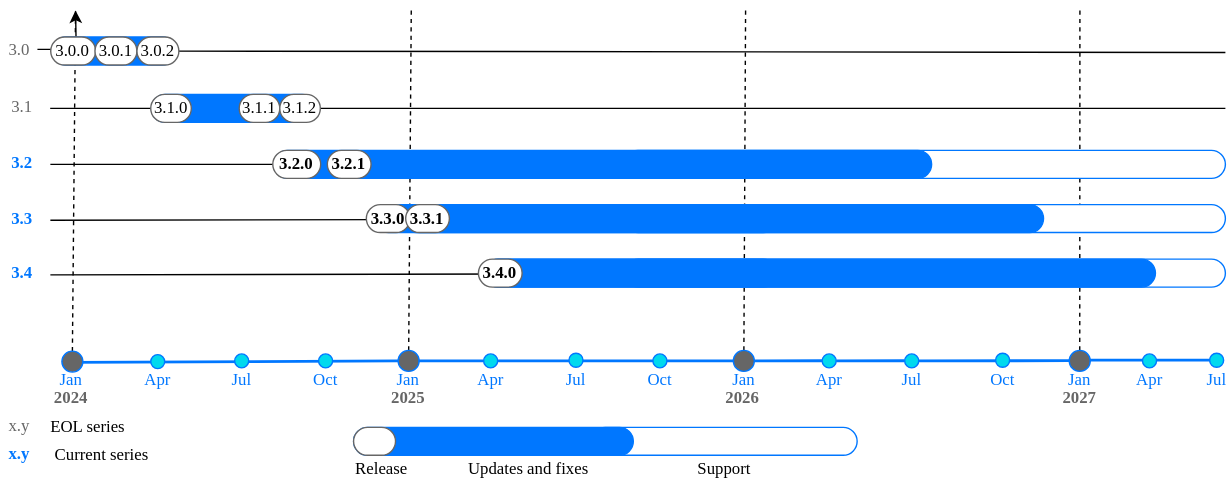
Above: doc/release/_images/releases_calendar.svg in tarantool/doc (draw.io), before the change. Source tidied: cells renumbered, new cells last; positions are measured from the earlier drawing's top-left corner, leaving out a move shared by most shapes.
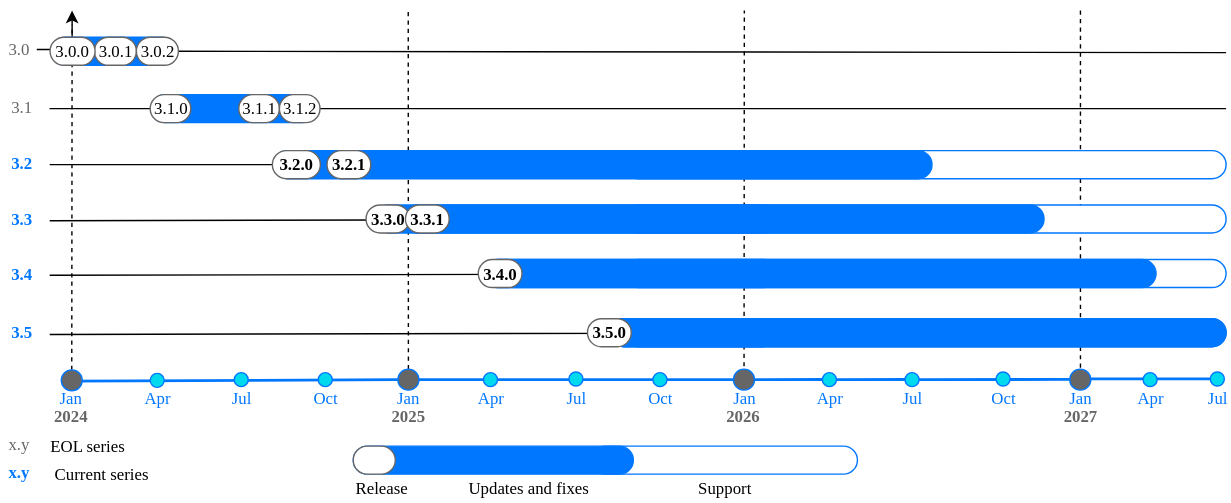
After the change.

The edit, as a diff of the source:
```diff
@@ -14,32 +14,33 @@
         <mxPoint x="821" y="250" as="targetPoint" />
       </mxGeometry>
     </mxCell>
-    <mxCell id="4" style="endArrow=none;dashed=1;html=1;strokeWidth=1;rounded=0;fontFamily=VK Sans Display;" parent="1" edge="1" source="48">
+    <mxCell id="4" style="endArrow=none;dashed=1;html=1;strokeWidth=1;rounded=0;fontFamily=VK Sans Display;" parent="1" edge="1">
       <mxGeometry relative="1" as="geometry">
-        <mxPoint x="771" as="targetPoint" />
+        <mxPoint x="771" y="242" as="sourcePoint" />
+        <mxPoint x="771" y="-13" as="targetPoint" />
       </mxGeometry>
     </mxCell>
     <mxCell id="5" style="rounded=1;whiteSpace=wrap;html=1;glass=0;arcSize=50;strokeColor=#0077FF;fillColor=#FFFFFF;strokeWidth=1;fontFamily=VK Sans Display;" parent="1" vertex="1">
-      <mxGeometry x="445.3" y="138.8" width="429.7" height="20" as="geometry" />
+      <mxGeometry x="445.3" y="125.8" width="429.7" height="20" as="geometry" />
     </mxCell>
     <mxCell id="6" style="endArrow=none;html=1;rounded=0;fontFamily=VK Sans Display;" parent="1" edge="1" target="5">
       <mxGeometry relative="1" as="geometry">
-        <mxPoint x="35" y="150" as="sourcePoint" />
+        <mxPoint x="35" y="137" as="sourcePoint" />
       </mxGeometry>
     </mxCell>
     <mxCell id="7" style="endArrow=none;html=1;rounded=0;fontFamily=VK Sans Display;" parent="1" edge="1" source="74">
       <mxGeometry relative="1" as="geometry">
-        <mxPoint x="772.7" y="110" as="targetPoint" />
+        <mxPoint x="772.7" y="97" as="targetPoint" />
       </mxGeometry>
     </mxCell>
     <mxCell id="8" style="endArrow=none;html=1;rounded=0;fontFamily=VK Sans Display;" parent="1" edge="1" source="61">
       <mxGeometry relative="1" as="geometry">
-        <mxPoint x="875" y="70" as="targetPoint" />
+        <mxPoint x="875" y="57" as="targetPoint" />
       </mxGeometry>
     </mxCell>
     <mxCell id="9" style="endArrow=none;html=1;rounded=0;fontFamily=VK Sans Display;" parent="1" edge="1" source="44">
       <mxGeometry relative="1" as="geometry">
-        <mxPoint x="875" y="30" as="targetPoint" />
+        <mxPoint x="875" y="17" as="targetPoint" />
       </mxGeometry>
     </mxCell>
     <mxCell id="10" style="rounded=1;whiteSpace=wrap;html=1;glass=0;arcSize=50;strokeColor=#0077FF;fillColor=#FFFFFF;strokeWidth=1;fontFamily=VK Sans Display;" parent="1" vertex="1">
@@ -56,30 +57,23 @@
     <mxCell id="13" style="endArrow=none;html=1;rounded=0;exitX=0.964;exitY=0.502;exitDx=0;exitDy=0;entryX=0;entryY=0.5;entryDx=0;entryDy=0;strokeWidth=2;strokeColor=#0077FF;fontColor=#0077FF;fontFamily=VK Sans Display;exitPerimeter=0;" parent="1" edge="1" source="70" target="49">
       <mxGeometry relative="1" as="geometry" />
     </mxCell>
-    <mxCell id="14" style="endArrow=none;dashed=1;html=1;strokeWidth=1;rounded=0;fontFamily=VK Sans Display;" parent="1" edge="1" source="49">
+    <mxCell id="14" style="endArrow=none;dashed=1;html=1;strokeWidth=1;rounded=0;fontFamily=VK Sans Display;" parent="1" edge="1">
       <mxGeometry relative="1" as="geometry">
-        <mxPoint x="532" as="targetPoint" />
+        <mxPoint x="530.8" y="241" as="sourcePoint" />
+        <mxPoint x="531" y="-13" as="targetPoint" />
       </mxGeometry>
     </mxCell>
     <mxCell id="15" style="endArrow=none;dashed=1;html=1;strokeWidth=1;rounded=0;fontFamily=VK Sans Display;" parent="1" edge="1" source="47">
       <mxGeometry relative="1" as="geometry">
-        <mxPoint x="293" as="targetPoint" />
+        <mxPoint x="291" y="-13" as="targetPoint" />
       </mxGeometry>
     </mxCell>
-    <mxCell id="16" style="endArrow=none;dashed=1;html=1;strokeWidth=1;rounded=0;exitX=0.5;exitY=0;exitDx=0;exitDy=0;fontFamily=VK Sans Display;" parent="1" edge="1" source="18">
-      <mxGeometry relative="1" as="geometry">
-        <mxPoint x="53" as="targetPoint" />
-      </mxGeometry>
-    </mxCell>
     <mxCell id="17" style="endArrow=none;html=1;rounded=0;strokeColor=#0077FF;fontColor=#0077FF;fontFamily=VK Sans Display;" parent="1" edge="1">
       <mxGeometry relative="1" as="geometry">
         <mxPoint x="51.8" y="249" as="sourcePoint" />
         <mxPoint x="51.2" y="255" as="targetPoint" />
       </mxGeometry>
     </mxCell>
-    <mxCell id="18" style="ellipse;whiteSpace=wrap;html=1;strokeColor=#0077FF;fillColor=#666666;fontColor=#0077FF;fontFamily=VK Sans Display;" parent="1" vertex="1">
-      <mxGeometry x="43.2" y="243.5" width="15" height="15" as="geometry" />
-    </mxCell>
     <mxCell id="19" style="ellipse;whiteSpace=wrap;html=1;strokeColor=#0077FF;fillColor=#00d9ee;fontColor=#0077FF;fontFamily=VK Sans Display;" parent="1" vertex="1">
       <mxGeometry x="106.8" y="246" width="10" height="10" as="geometry" />
     </mxCell>
@@ -148,25 +142,22 @@
     </mxCell>
     <mxCell id="41" style="edgeStyle=orthogonalEdgeStyle;rounded=0;jettySize=auto;html=1;" parent="1" edge="1" source="42">
       <mxGeometry relative="1" as="geometry">
-        <mxPoint x="53" as="targetPoint" />
+        <mxPoint x="51" y="-13" as="targetPoint" />
       </mxGeometry>
     </mxCell>
     <mxCell id="42" value="&lt;font style=&quot;color: rgb(102, 102, 102);&quot;&gt;3.0&lt;/font&gt;" style="text;html=1;align=center;verticalAlign=middle;whiteSpace=wrap;rounded=0;fontFamily=VK Sans Display;" parent="1" vertex="1">
-      <mxGeometry x="-0.2" y="19" width="26" height="17.5" as="geometry" />
+      <mxGeometry x="-0.2" y="6" width="26" height="17.5" as="geometry" />
     </mxCell>
     <mxCell id="43" style="endArrow=none;html=1;rounded=0;fontFamily=VK Sans Display;" parent="1" edge="1" target="44">
       <mxGeometry relative="1" as="geometry">
-        <mxPoint x="35" y="29" as="sourcePoint" />
+        <mxPoint x="35" y="16" as="sourcePoint" />
       </mxGeometry>
     </mxCell>
     <mxCell id="44" style="rounded=1;whiteSpace=wrap;html=1;glass=0;arcSize=50;strokeColor=#0077FF;fillColor=#0077FF;fontFamily=VK Sans Display;" parent="1" vertex="1">
-      <mxGeometry x="36.2" y="19" width="88.8" height="20" as="geometry" />
+      <mxGeometry x="36.2" y="6" width="88.8" height="20" as="geometry" />
     </mxCell>
-    <mxCell id="45" value="3.0.0" style="rounded=1;whiteSpace=wrap;html=1;glass=0;arcSize=50;strokeColor=#666666;fillColor=#FFFFFF;strokeWidth=1;fontFamily=VK Sans Display;" parent="1" vertex="1">
-      <mxGeometry x="35.2" y="19" width="32.1" height="20" as="geometry" />
-    </mxCell>
     <mxCell id="46" value="3.0.1" style="rounded=1;whiteSpace=wrap;html=1;glass=0;arcSize=50;strokeColor=#666666;fillColor=#FFFFFF;strokeWidth=1;fontFamily=VK Sans Display;" parent="1" vertex="1">
-      <mxGeometry x="66.9" y="19" width="30" height="20" as="geometry" />
+      <mxGeometry x="66.9" y="6" width="30" height="20" as="geometry" />
     </mxCell>
     <mxCell id="47" style="ellipse;whiteSpace=wrap;html=1;strokeColor=#0077FF;fillColor=#666666;fontColor=#0077FF;fontFamily=VK Sans Display;" parent="1" vertex="1">
       <mxGeometry x="283.6" y="243" width="15" height="15" as="geometry" />
@@ -205,24 +196,24 @@
       <mxGeometry x="21.8" y="308" width="100" height="20" as="geometry" />
     </mxCell>
     <mxCell id="59" value="&lt;font style=&quot;color: rgb(102, 102, 102);&quot;&gt;&lt;span style=&quot;font-weight: normal;&quot;&gt;3.1&lt;/span&gt;&lt;/font&gt;" style="text;html=1;align=center;verticalAlign=middle;whiteSpace=wrap;rounded=0;fontFamily=VK Sans Display;fontStyle=1;" parent="1" vertex="1">
-      <mxGeometry x="1.8" y="60" width="26" height="17.5" as="geometry" />
+      <mxGeometry x="1.8" y="47" width="26" height="17.5" as="geometry" />
     </mxCell>
     <mxCell id="60" style="endArrow=none;html=1;rounded=0;fontFamily=VK Sans Display;" parent="1" edge="1" target="61">
       <mxGeometry relative="1" as="geometry">
-        <mxPoint x="34.9" y="70" as="sourcePoint" />
+        <mxPoint x="34.9" y="57" as="sourcePoint" />
       </mxGeometry>
     </mxCell>
     <mxCell id="61" style="rounded=1;whiteSpace=wrap;html=1;glass=0;arcSize=50;strokeColor=#0077FF;fillColor=#0077FF;fontFamily=VK Sans Display;" parent="1" vertex="1">
-      <mxGeometry x="107.2" y="60" width="117.8" height="20" as="geometry" />
+      <mxGeometry x="107.2" y="47" width="117.8" height="20" as="geometry" />
     </mxCell>
     <mxCell id="62" value="3.1.0" style="rounded=1;whiteSpace=wrap;html=1;glass=0;arcSize=50;strokeColor=#666666;fillColor=#FFFFFF;strokeWidth=1;fontFamily=VK Sans Display;" parent="1" vertex="1">
-      <mxGeometry x="106.8" y="60" width="29" height="20" as="geometry" />
+      <mxGeometry x="106.8" y="47" width="29" height="20" as="geometry" />
     </mxCell>
     <mxCell id="63" value="3.0.2" style="rounded=1;whiteSpace=wrap;html=1;glass=0;arcSize=50;strokeColor=#666666;fillColor=#FFFFFF;strokeWidth=1;fontFamily=VK Sans Display;" parent="1" vertex="1">
-      <mxGeometry x="96.9" y="19" width="30" height="20" as="geometry" />
+      <mxGeometry x="96.9" y="6" width="30" height="20" as="geometry" />
     </mxCell>
     <mxCell id="64" value="3.1.1" style="rounded=1;whiteSpace=wrap;html=1;glass=0;arcSize=50;strokeColor=#666666;fillColor=#FFFFFF;strokeWidth=1;fontFamily=VK Sans Display;" parent="1" vertex="1">
-      <mxGeometry x="170" y="60" width="29" height="20" as="geometry" />
+      <mxGeometry x="170" y="47" width="29" height="20" as="geometry" />
     </mxCell>
     <mxCell id="65" style="endArrow=none;html=1;rounded=0;exitX=1;exitY=0.5;exitDx=0;exitDy=0;entryX=0.002;entryY=0.489;entryDx=0;entryDy=0;strokeWidth=2;strokeColor=#0077FF;fontColor=#0077FF;fontFamily=VK Sans Display;entryPerimeter=0;" parent="1" edge="1" source="49" target="66">
       <mxGeometry relative="1" as="geometry" />
@@ -243,75 +234,75 @@
       <mxGeometry x="344.8" y="245.5" width="10" height="10" as="geometry" />
     </mxCell>
     <mxCell id="71" style="rounded=1;whiteSpace=wrap;html=1;glass=0;arcSize=50;strokeColor=#0077FF;fillColor=#FFFFFF;strokeWidth=1;fontFamily=VK Sans Display;" parent="1" vertex="1">
-      <mxGeometry x="445" y="100" width="430" height="20" as="geometry" />
+      <mxGeometry x="445" y="87" width="430" height="20" as="geometry" />
     </mxCell>
     <mxCell id="72" value="&lt;font color=&quot;#0077ff&quot;&gt;&lt;b&gt;3.2&lt;/b&gt;&lt;/font&gt;" style="text;html=1;align=center;verticalAlign=middle;whiteSpace=wrap;rounded=0;fontFamily=VK Sans Display;" parent="1" vertex="1">
-      <mxGeometry x="1.8" y="100" width="26" height="17.5" as="geometry" />
+      <mxGeometry x="1.8" y="87" width="26" height="17.5" as="geometry" />
     </mxCell>
     <mxCell id="73" style="endArrow=none;html=1;rounded=0;fontFamily=VK Sans Display;" parent="1" edge="1" target="74">
       <mxGeometry relative="1" as="geometry">
-        <mxPoint x="35" y="110" as="sourcePoint" />
+        <mxPoint x="35" y="97" as="sourcePoint" />
       </mxGeometry>
     </mxCell>
     <mxCell id="74" style="rounded=1;whiteSpace=wrap;html=1;glass=0;arcSize=50;strokeColor=#0077FF;fillColor=#0077FF;fontFamily=VK Sans Display;" parent="1" vertex="1">
-      <mxGeometry x="194.8" y="100" width="470.2" height="20" as="geometry" />
+      <mxGeometry x="194.8" y="87" width="470.2" height="20" as="geometry" />
     </mxCell>
     <mxCell id="75" value="&lt;b&gt;3.2.0&lt;/b&gt;" style="rounded=1;whiteSpace=wrap;html=1;glass=0;arcSize=50;strokeColor=#666666;fillColor=#FFFFFF;strokeWidth=1;fontFamily=VK Sans Display;" parent="1" vertex="1">
-      <mxGeometry x="194" y="100" width="34.2" height="20" as="geometry" />
+      <mxGeometry x="194" y="87" width="34.2" height="20" as="geometry" />
     </mxCell>
     <mxCell id="76" value="Jan" style="text;html=1;align=center;verticalAlign=middle;whiteSpace=wrap;rounded=0;fontColor=#0077FF;strokeColor=none;fontFamily=VK Sans Display;" parent="1" vertex="1">
       <mxGeometry x="40.2" y="258.5" width="20" height="10" as="geometry" />
     </mxCell>
     <mxCell id="77" value="3.1.2" style="rounded=1;whiteSpace=wrap;html=1;glass=0;arcSize=50;strokeColor=#666666;fillColor=#FFFFFF;strokeWidth=1;fontFamily=VK Sans Display;" parent="1" vertex="1">
-      <mxGeometry x="199" y="60" width="29" height="20" as="geometry" />
+      <mxGeometry x="199" y="47" width="29" height="20" as="geometry" />
     </mxCell>
     <mxCell id="78" value="&lt;b&gt;3.2.1&lt;/b&gt;" style="rounded=1;whiteSpace=wrap;html=1;glass=0;arcSize=50;strokeColor=#666666;fillColor=#FFFFFF;strokeWidth=1;fontFamily=VK Sans Display;" parent="1" vertex="1">
-      <mxGeometry x="233" y="100" width="31.2" height="20" as="geometry" />
+      <mxGeometry x="233" y="87" width="31.2" height="20" as="geometry" />
     </mxCell>
     <mxCell id="79" style="rounded=1;whiteSpace=wrap;html=1;glass=0;arcSize=50;strokeColor=#0077FF;fillColor=#FFFFFF;strokeWidth=1;fontFamily=VK Sans Display;" parent="1" vertex="1">
-      <mxGeometry x="286.9" y="138.8" width="267.7" height="20" as="geometry" />
+      <mxGeometry x="286.9" y="125.8" width="267.7" height="20" as="geometry" />
     </mxCell>
     <mxCell id="80" style="endArrow=none;html=1;rounded=0;fontFamily=VK Sans Display;" parent="1" edge="1" source="82">
       <mxGeometry relative="1" as="geometry">
-        <mxPoint x="534.6" y="148.8" as="targetPoint" />
+        <mxPoint x="534.6" y="135.8" as="targetPoint" />
       </mxGeometry>
     </mxCell>
     <mxCell id="81" value="&lt;font color=&quot;#0077ff&quot;&gt;&lt;b&gt;3.3&lt;/b&gt;&lt;/font&gt;" style="text;html=1;align=center;verticalAlign=middle;whiteSpace=wrap;rounded=0;fontFamily=VK Sans Display;" parent="1" vertex="1">
-      <mxGeometry x="1.8" y="140" width="26" height="17.5" as="geometry" />
+      <mxGeometry x="1.8" y="127" width="26" height="17.5" as="geometry" />
     </mxCell>
     <mxCell id="82" style="rounded=1;whiteSpace=wrap;html=1;glass=0;arcSize=50;strokeColor=#0077FF;fillColor=#0077FF;fontFamily=VK Sans Display;" parent="1" vertex="1">
-      <mxGeometry x="266.9" y="138.8" width="478.1" height="20" as="geometry" />
+      <mxGeometry x="266.9" y="125.8" width="478.1" height="20" as="geometry" />
     </mxCell>
     <mxCell id="83" value="&lt;b&gt;3.3.0&lt;/b&gt;" style="rounded=1;whiteSpace=wrap;html=1;glass=0;arcSize=50;strokeColor=#666666;fillColor=#FFFFFF;strokeWidth=1;fontFamily=VK Sans Display;" parent="1" vertex="1">
-      <mxGeometry x="260.9" y="138.8" width="31.2" height="20" as="geometry" />
+      <mxGeometry x="260.9" y="125.8" width="31.2" height="20" as="geometry" />
     </mxCell>
     <mxCell id="84" value="&lt;b&gt;3.3.1&lt;/b&gt;" style="rounded=1;whiteSpace=wrap;html=1;glass=0;arcSize=50;strokeColor=#666666;fillColor=#FFFFFF;strokeWidth=1;fontFamily=VK Sans Display;" parent="1" vertex="1">
-      <mxGeometry x="289" y="138.8" width="31.2" height="20" as="geometry" />
+      <mxGeometry x="289" y="125.8" width="31.2" height="20" as="geometry" />
     </mxCell>
     <mxCell id="85" style="rounded=1;whiteSpace=wrap;html=1;glass=0;arcSize=50;strokeColor=#0077FF;fillColor=#FFFFFF;strokeWidth=1;fontFamily=VK Sans Display;" parent="1" vertex="1">
-      <mxGeometry x="445.3" y="177.8" width="429.7" height="20" as="geometry" />
+      <mxGeometry x="445.3" y="164.8" width="429.7" height="20" as="geometry" />
     </mxCell>
     <mxCell id="86" style="endArrow=none;html=1;rounded=0;fontFamily=VK Sans Display;" parent="1" edge="1" target="85">
       <mxGeometry relative="1" as="geometry">
-        <mxPoint x="35" y="189" as="sourcePoint" />
+        <mxPoint x="35" y="176" as="sourcePoint" />
       </mxGeometry>
     </mxCell>
     <mxCell id="87" style="rounded=1;whiteSpace=wrap;html=1;glass=0;arcSize=50;strokeColor=#0077FF;fillColor=#FFFFFF;strokeWidth=1;fontFamily=VK Sans Display;" parent="1" vertex="1">
-      <mxGeometry x="345" y="177.8" width="209.6" height="20" as="geometry" />
+      <mxGeometry x="345" y="164.8" width="209.6" height="20" as="geometry" />
     </mxCell>
     <mxCell id="88" style="endArrow=none;html=1;rounded=0;fontFamily=VK Sans Display;" parent="1" edge="1" source="90">
       <mxGeometry relative="1" as="geometry">
-        <mxPoint x="534.6" y="187.8" as="targetPoint" />
+        <mxPoint x="534.6" y="174.8" as="targetPoint" />
       </mxGeometry>
     </mxCell>
     <mxCell id="89" value="&lt;font color=&quot;#0077ff&quot;&gt;&lt;b&gt;3.4&lt;/b&gt;&lt;/font&gt;" style="text;html=1;align=center;verticalAlign=middle;whiteSpace=wrap;rounded=0;fontFamily=VK Sans Display;" parent="1" vertex="1">
-      <mxGeometry x="1.8" y="179" width="26" height="17.5" as="geometry" />
+      <mxGeometry x="1.8" y="166" width="26" height="17.5" as="geometry" />
     </mxCell>
     <mxCell id="90" style="rounded=1;whiteSpace=wrap;html=1;glass=0;arcSize=50;strokeColor=#0077FF;fillColor=#0077FF;fontFamily=VK Sans Display;" parent="1" vertex="1">
-      <mxGeometry x="345" y="177.8" width="480" height="20" as="geometry" />
+      <mxGeometry x="345" y="164.8" width="480" height="20" as="geometry" />
     </mxCell>
     <mxCell id="91" value="&lt;b&gt;3.4.0&lt;/b&gt;" style="rounded=1;whiteSpace=wrap;html=1;glass=0;arcSize=50;strokeColor=#666666;fillColor=#FFFFFF;strokeWidth=1;fontFamily=VK Sans Display;" parent="1" vertex="1">
-      <mxGeometry x="341" y="177.8" width="31.2" height="20" as="geometry" />
+      <mxGeometry x="341" y="164.8" width="31.2" height="20" as="geometry" />
     </mxCell>
     <mxCell id="92" value="Apr" style="text;html=1;align=center;verticalAlign=middle;whiteSpace=wrap;rounded=0;fontColor=#0077FF;strokeColor=none;fontFamily=VK Sans Display;" parent="1" vertex="1">
       <mxGeometry x="811" y="258.5" width="20" height="10" as="geometry" />
@@ -325,5 +316,41 @@
     <mxCell id="95" value="Jul" style="text;html=1;align=center;verticalAlign=middle;whiteSpace=wrap;rounded=0;fontColor=#0077FF;strokeColor=none;fontFamily=VK Sans Display;" parent="1" vertex="1">
       <mxGeometry x="858.8" y="258.5" width="20" height="10" as="geometry" />
     </mxCell>
+    <mxCell id="96" style="endArrow=none;dashed=1;html=1;strokeWidth=1;rounded=0;fontFamily=VK Sans Display;exitX=0.5;exitY=0;exitDx=0;exitDy=0;" parent="1" edge="1" source="18">
+      <mxGeometry relative="1" as="geometry">
+        <mxPoint x="51" y="-3" as="targetPoint" />
+      </mxGeometry>
+    </mxCell>
+    <mxCell id="45" value="3.0.0" style="rounded=1;whiteSpace=wrap;html=1;glass=0;arcSize=50;strokeColor=#666666;fillColor=#FFFFFF;strokeWidth=1;fontFamily=VK Sans Display;" parent="1" vertex="1">
+      <mxGeometry x="35.2" y="6" width="32.1" height="20" as="geometry" />
+    </mxCell>
+    <mxCell id="97" style="rounded=1;whiteSpace=wrap;html=1;glass=0;arcSize=50;strokeColor=#0077FF;fillColor=#FFFFFF;strokeWidth=1;fontFamily=VK Sans Display;" parent="1" vertex="1">
+      <mxGeometry x="445.3" y="207" width="429.7" height="20" as="geometry" />
+    </mxCell>
+    <mxCell id="98" style="endArrow=none;html=1;rounded=0;fontFamily=VK Sans Display;" parent="1" edge="1" target="97">
+      <mxGeometry relative="1" as="geometry">
+        <mxPoint x="35" y="218.2" as="sourcePoint" />
+      </mxGeometry>
+    </mxCell>
+    <mxCell id="99" style="rounded=1;whiteSpace=wrap;html=1;glass=0;arcSize=50;strokeColor=#0077FF;fillColor=#FFFFFF;strokeWidth=1;fontFamily=VK Sans Display;" parent="1" vertex="1">
+      <mxGeometry x="435" y="207" width="119.6" height="20" as="geometry" />
+    </mxCell>
+    <mxCell id="100" style="endArrow=none;html=1;rounded=0;fontFamily=VK Sans Display;" parent="1" edge="1" source="102">
+      <mxGeometry relative="1" as="geometry">
+        <mxPoint x="534.6" y="217" as="targetPoint" />
+      </mxGeometry>
+    </mxCell>
+    <mxCell id="101" value="&lt;font color=&quot;#0077ff&quot;&gt;&lt;b&gt;3.5&lt;/b&gt;&lt;/font&gt;" style="text;html=1;align=center;verticalAlign=middle;whiteSpace=wrap;rounded=0;fontFamily=VK Sans Display;" parent="1" vertex="1">
+      <mxGeometry x="1.8" y="208.2" width="26" height="17.5" as="geometry" />
+    </mxCell>
+    <mxCell id="102" style="rounded=1;whiteSpace=wrap;html=1;glass=0;arcSize=50;strokeColor=#0077FF;fillColor=#0077FF;fontFamily=VK Sans Display;" parent="1" vertex="1">
+      <mxGeometry x="435" y="207" width="440" height="20" as="geometry" />
+    </mxCell>
+    <mxCell id="103" value="&lt;b&gt;3.5.0&lt;/b&gt;" style="rounded=1;whiteSpace=wrap;html=1;glass=0;arcSize=50;strokeColor=#666666;fillColor=#FFFFFF;strokeWidth=1;fontFamily=VK Sans Display;" parent="1" vertex="1">
+      <mxGeometry x="419" y="207" width="31.2" height="20" as="geometry" />
+    </mxCell>
+    <mxCell id="18" style="ellipse;whiteSpace=wrap;html=1;strokeColor=#0077FF;fillColor=#666666;fontColor=#0077FF;fontFamily=VK Sans Display;" parent="1" vertex="1">
+      <mxGeometry x="43.2" y="243.5" width="15" height="15" as="geometry" />
+    </mxCell>
   </root>
 </mxGraphModel>
```
